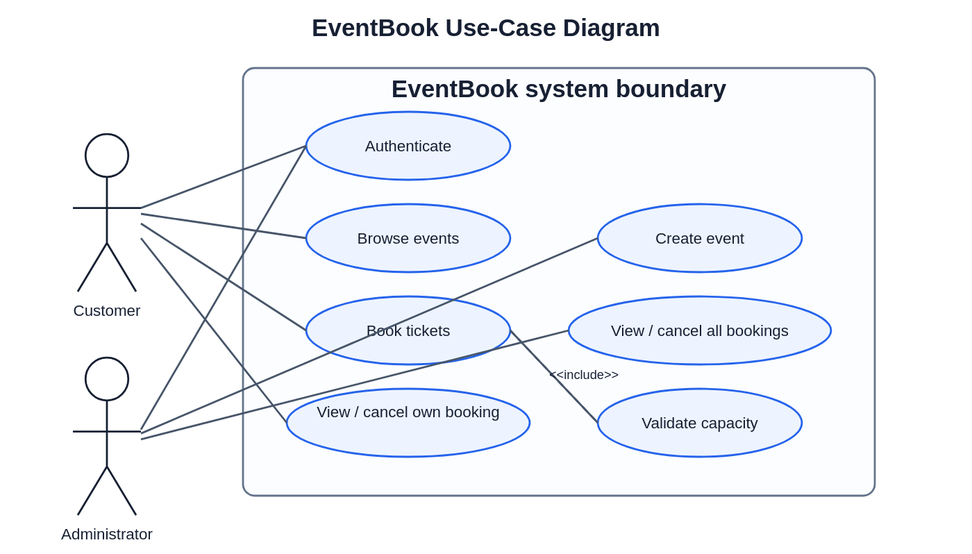
Before: docs/diagrams/use-case.svg, a diagram exported from PlantUML (likhitrajdundigal/event-ticket-booking-system). Its source is kept beside it as docs/use-case.puml.
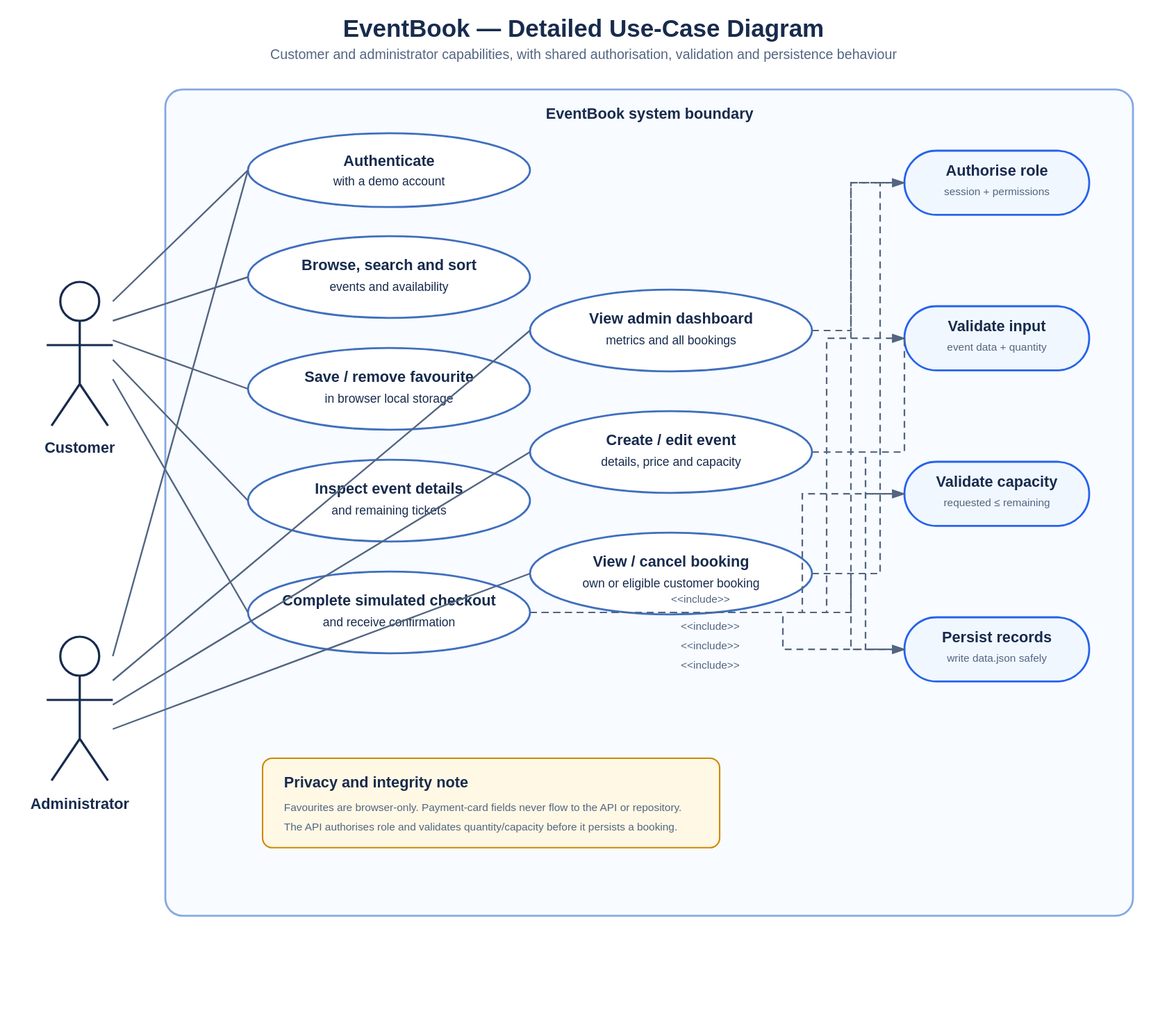
The same file after the commit.

Change to the diagram source:
```diff
@@ -1,22 +1,59 @@
 @startuml
+title EventBook — Detailed Use-Case Diagram
 left to right direction
+skinparam shadowing false
+
 actor Customer
 actor Administrator
-rectangle "EventBook" {
-  usecase "Authenticate" as UC1
-  usecase "Browse events" as UC2
-  usecase "Book tickets" as UC3
-  usecase "View/cancel own booking" as UC4
-  usecase "Create event" as UC5
-  usecase "View/cancel all bookings" as UC6
-  usecase "Validate capacity" as UC7
+
+rectangle "EventBook system boundary" {
+  usecase "Authenticate\nwith demo account" as UC01
+  usecase "Browse, search and\nsort events" as UC02
+  usecase "Save / remove\nlocal favourite" as UC03
+  usecase "View event details\nand availability" as UC04
+  usecase "Complete simulated\ncheckout" as UC05
+  usecase "Create confirmed\nbooking" as UC06
+  usecase "View / cancel\nown booking" as UC07
+  usecase "View booking\ninsights" as UC08
+  usecase "View admin metrics\nand all bookings" as UC09
+  usecase "Create / edit\nevent" as UC10
+  usecase "Cancel eligible\nbooking" as UC11
+  usecase "Authorise role" as UC12
+  usecase "Validate event\nand booking input" as UC13
+  usecase "Validate remaining\ncapacity" as UC14
+  usecase "Persist event\nand booking data" as UC15
 }
-Customer --> UC1
-Customer --> UC2
-Customer --> UC3
-Customer --> UC4
-Administrator --> UC1
-Administrator --> UC5
-Administrator --> UC6
-UC3 .> UC7 : <<include>>
+
+Customer --> UC01
+Customer --> UC02
+Customer --> UC03
+Customer --> UC04
+Customer --> UC05
+Customer --> UC07
+Customer --> UC08
+Administrator --> UC01
+Administrator --> UC09
+Administrator --> UC10
+Administrator --> UC11
+
+UC05 .> UC06 : <<include>>
+UC06 .> UC12 : <<include>>
+UC06 .> UC13 : <<include>>
+UC06 .> UC14 : <<include>>
+UC06 .> UC15 : <<include>>
+UC07 .> UC11 : <<extend>>
+UC11 .> UC12 : <<include>>
+UC11 .> UC15 : <<include>>
+UC10 .> UC12 : <<include>>
+UC10 .> UC13 : <<include>>
+UC10 .> UC15 : <<include>>
+
+note bottom of UC03
+Favourites are held only
+in browser local storage.
+end note
+note bottom of UC05
+Card data never leaves
+the browser in this prototype.
+end note
 @enduml
```
